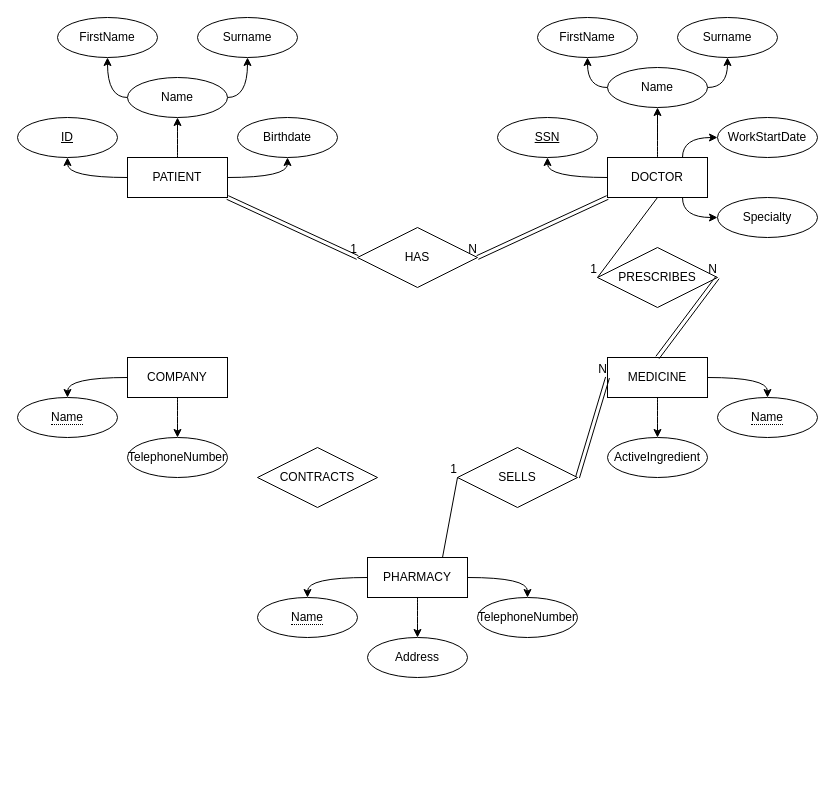
Before: 4ccs1dbs - Week 2 - Lab 1.drawio in fullytanaka/UML-ER, a draw.io diagram. Source tidied: cells renumbered, new cells numbered last; positions are measured from the earlier drawing's top-left corner, leaving out a move shared by most shapes. Both pictures are drawn from the tidied source at 100%, with x=0, y=0 at pixel (17, 17).
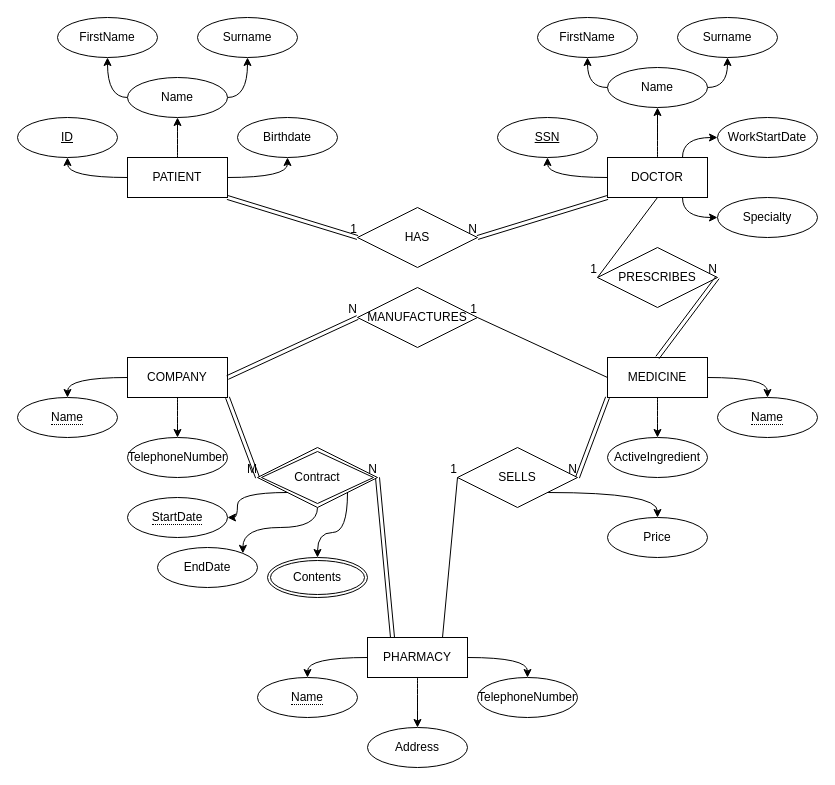
The same diagram, later.

The change refers to these unchanged cells:
```xml
<mxCell id="13" value="COMPANY" style="whiteSpace=wrap;html=1;align=center;" parent="1" vertex="1">
  <mxGeometry x="110" y="340" width="100" height="40" as="geometry" />
</mxCell>
<mxCell id="16" value="MEDICINE" style="whiteSpace=wrap;html=1;align=center;" parent="1" vertex="1">
  <mxGeometry x="590" y="340" width="100" height="40" as="geometry" />
</mxCell>
<mxCell id="51" value="SELLS" style="shape=rhombus;perimeter=rhombusPerimeter;whiteSpace=wrap;html=1;align=center;" parent="1" vertex="1">
  <mxGeometry x="440" y="430" width="120" height="60" as="geometry" />
</mxCell>
```

Diff of the diagram source:
```diff
@@
     <mxCell id="20" value="PHARMACY" style="whiteSpace=wrap;html=1;align=center;" parent="1" vertex="1">
-      <mxGeometry x="350" y="540" width="100" height="40" as="geometry" />
+      <mxGeometry x="350" y="620" width="100" height="40" as="geometry" />
     </mxCell>
@@
     <mxCell id="40" value="&lt;span style=&quot;border-bottom: 1px dotted&quot;&gt;Name&lt;/span&gt;" style="ellipse;whiteSpace=wrap;html=1;align=center;" parent="1" vertex="1">
-      <mxGeometry x="240" y="580" width="100" height="40" as="geometry" />
+      <mxGeometry x="240" y="660" width="100" height="40" as="geometry" />
     </mxCell>
     <mxCell id="41" value="Address" style="ellipse;whiteSpace=wrap;html=1;align=center;" parent="1" vertex="1">
-      <mxGeometry x="350" y="620" width="100" height="40" as="geometry" />
+      <mxGeometry x="350" y="710" width="100" height="40" as="geometry" />
     </mxCell>
     <mxCell id="42" value="TelephoneNumber" style="ellipse;whiteSpace=wrap;html=1;align=center;" parent="1" vertex="1">
-      <mxGeometry x="460" y="580" width="100" height="40" as="geometry" />
+      <mxGeometry x="460" y="660" width="100" height="40" as="geometry" />
     </mxCell>
     <mxCell id="43" value="HAS" style="shape=rhombus;perimeter=rhombusPerimeter;whiteSpace=wrap;html=1;align=center;" parent="1" vertex="1">
-      <mxGeometry x="340" y="210" width="120" height="60" as="geometry" />
+      <mxGeometry x="340" y="190" width="120" height="60" as="geometry" />
     </mxCell>
@@
+    <mxCell id="59" style="edgeStyle=orthogonalEdgeStyle;curved=1;rounded=0;jettySize=auto;html=1;exitX=1;exitY=1;exitDx=0;exitDy=0;entryX=0.5;entryY=0;entryDx=0;entryDy=0;" parent="1" edge="1" source="51" target="60">
+      <mxGeometry relative="1" as="geometry" />
+    </mxCell>
@@
-    <mxCell id="56" style="shape=link;html=1;rounded=0;exitX=1;exitY=0.5;exitDx=0;exitDy=0;entryX=0;entryY=0.5;entryDx=0;entryDy=0;" parent="1" edge="1" source="51" target="16">
+    <mxCell id="56" style="shape=link;html=1;rounded=0;entryX=1;entryY=0.5;entryDx=0;entryDy=0;exitX=0;exitY=1;exitDx=0;exitDy=0;" parent="1" edge="1" source="16" target="51">
       <mxGeometry relative="1" as="geometry" />
     </mxCell>
@@
-    <mxCell id="58" value="CONTRACTS" style="shape=rhombus;perimeter=rhombusPerimeter;whiteSpace=wrap;html=1;align=center;" parent="1" vertex="1">
-      <mxGeometry x="240" y="430" width="120" height="60" as="geometry" />
-    </mxCell>
+    <mxCell id="60" value="Price" style="ellipse;whiteSpace=wrap;html=1;align=center;" parent="1" vertex="1">
+      <mxGeometry x="590" y="500" width="100" height="40" as="geometry" />
+    </mxCell>
+    <mxCell id="61" style="shape=link;html=1;rounded=0;exitX=1;exitY=1;exitDx=0;exitDy=0;entryX=0;entryY=0.5;entryDx=0;entryDy=0;" parent="1" edge="1" source="13" target="78">
+      <mxGeometry relative="1" as="geometry" />
+    </mxCell>
+    <mxCell id="62" style="html=1;align=left;verticalAlign=bottom;" parent="61" vertex="1">
+      <mxGeometry x="-1" relative="1" as="geometry" />
+    </mxCell>
+    <mxCell id="63" value="&lt;div&gt;M&lt;br&gt;&lt;/div&gt;" style="html=1;align=right;verticalAlign=bottom;" parent="61" vertex="1">
+      <mxGeometry x="1" relative="1" as="geometry" />
+    </mxCell>
+    <mxCell id="64" style="shape=link;html=1;rounded=0;exitX=0.25;exitY=0;exitDx=0;exitDy=0;entryX=1;entryY=0.5;entryDx=0;entryDy=0;" parent="1" edge="1" source="20" target="78">
+      <mxGeometry relative="1" as="geometry" />
+    </mxCell>
+    <mxCell id="65" style="html=1;align=left;verticalAlign=bottom;" parent="64" vertex="1">
+      <mxGeometry x="-1" relative="1" as="geometry" />
+    </mxCell>
+    <mxCell id="66" value="N" style="html=1;align=right;verticalAlign=bottom;" parent="64" vertex="1">
+      <mxGeometry x="1" relative="1" as="geometry" />
+    </mxCell>
+    <mxCell id="67" value="MANUFACTURES" style="shape=rhombus;perimeter=rhombusPerimeter;whiteSpace=wrap;html=1;align=center;" parent="1" vertex="1">
+      <mxGeometry x="340" y="270" width="120" height="60" as="geometry" />
+    </mxCell>
+    <mxCell id="68" style="shape=link;html=1;rounded=0;exitX=1;exitY=0.5;exitDx=0;exitDy=0;entryX=0;entryY=0.5;entryDx=0;entryDy=0;" parent="1" edge="1" source="13" target="67">
+      <mxGeometry relative="1" as="geometry" />
+    </mxCell>
+    <mxCell id="69" value="N" style="html=1;align=right;verticalAlign=bottom;" parent="68" vertex="1">
+      <mxGeometry x="1" relative="1" as="geometry" />
+    </mxCell>
+    <mxCell id="70" style="endArrow=none;html=1;rounded=0;exitX=0;exitY=0.5;exitDx=0;exitDy=0;entryX=1;entryY=0.5;entryDx=0;entryDy=0;" parent="1" edge="1" source="16" target="67">
+      <mxGeometry relative="1" as="geometry" />
+    </mxCell>
+    <mxCell id="71" value="1" style="html=1;align=right;verticalAlign=bottom;" parent="70" vertex="1">
+      <mxGeometry x="1" relative="1" as="geometry" />
+    </mxCell>
+    <mxCell id="72" value="Contents" style="ellipse;shape=doubleEllipse;margin=3;whiteSpace=wrap;html=1;align=center;" parent="1" vertex="1">
+      <mxGeometry x="250" y="540" width="100" height="40" as="geometry" />
+    </mxCell>
+    <mxCell id="73" value="&lt;span style=&quot;border-bottom: 1px dotted&quot;&gt;StartDate&lt;br&gt;&lt;/span&gt;" style="ellipse;whiteSpace=wrap;html=1;align=center;" parent="1" vertex="1">
+      <mxGeometry x="110" y="480" width="100" height="40" as="geometry" />
+    </mxCell>
+    <mxCell id="74" value="EndDate" style="ellipse;whiteSpace=wrap;html=1;align=center;" parent="1" vertex="1">
+      <mxGeometry x="140" y="530" width="100" height="40" as="geometry" />
+    </mxCell>
+    <mxCell id="75" style="edgeStyle=orthogonalEdgeStyle;curved=1;rounded=0;jettySize=auto;html=1;exitX=0;exitY=1;exitDx=0;exitDy=0;entryX=1;entryY=0.5;entryDx=0;entryDy=0;" parent="1" edge="1" source="78" target="73">
+      <mxGeometry relative="1" as="geometry" />
+    </mxCell>
+    <mxCell id="76" style="edgeStyle=orthogonalEdgeStyle;curved=1;rounded=0;jettySize=auto;html=1;exitX=0.5;exitY=1;exitDx=0;exitDy=0;entryX=1;entryY=0;entryDx=0;entryDy=0;" parent="1" edge="1" source="78" target="74">
+      <mxGeometry relative="1" as="geometry" />
+    </mxCell>
+    <mxCell id="77" style="edgeStyle=orthogonalEdgeStyle;curved=1;rounded=0;jettySize=auto;html=1;exitX=1;exitY=1;exitDx=0;exitDy=0;entryX=0.5;entryY=0;entryDx=0;entryDy=0;" parent="1" edge="1" source="78" target="72">
+      <mxGeometry relative="1" as="geometry" />
+    </mxCell>
+    <mxCell id="78" value="Contract" style="shape=rhombus;double=1;perimeter=rhombusPerimeter;whiteSpace=wrap;html=1;align=center;" parent="1" vertex="1">
+      <mxGeometry x="240" y="430" width="120" height="60" as="geometry" />
+    </mxCell>
```
